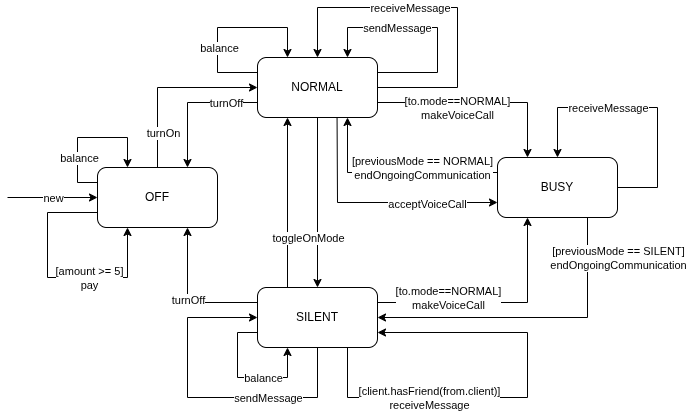
Earlier version of the draw.io export courses/stv/project/terminal_classScopeTest/stateModel.png (ana-mc-almeida/meic). Source tidied: cells renumbered, new cells last; positions are measured from the earlier drawing's top-left corner, leaving out a move shared by most shapes.
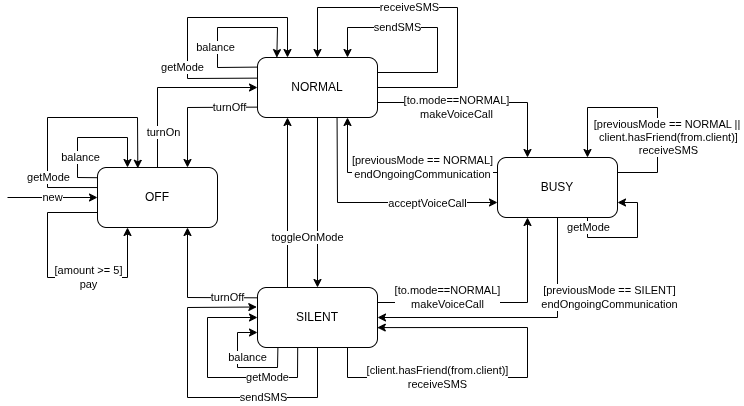
After the commit.

The edit, as a diff of the source:
```diff
@@ -36,10 +36,10 @@
         <mxPoint x="33" as="offset" />
       </mxGeometry>
     </mxCell>
-    <mxCell id="10" style="endArrow=classic;html=1;rounded=0;exitX=0;exitY=0.25;exitDx=0;exitDy=0;entryX=0.25;entryY=0;entryDx=0;entryDy=0;" parent="1" edge="1" source="2" target="2">
+    <mxCell id="10" style="endArrow=classic;html=1;rounded=0;exitX=-0.003;exitY=0.17;exitDx=0;exitDy=0;entryX=0.25;entryY=0;entryDx=0;entryDy=0;exitPerimeter=0;" parent="1" edge="1" source="2" target="2">
       <mxGeometry relative="1" as="geometry">
         <Array as="points">
-          <mxPoint x="70" y="175" />
+          <mxPoint x="70" y="170" />
           <mxPoint x="70" y="130" />
           <mxPoint x="120" y="130" />
         </Array>
@@ -50,12 +50,12 @@
         <mxPoint x="-7" y="20" as="offset" />
       </mxGeometry>
     </mxCell>
-    <mxCell id="12" style="endArrow=classic;html=1;rounded=0;exitX=0;exitY=0.25;exitDx=0;exitDy=0;entryX=0.25;entryY=0;entryDx=0;entryDy=0;" parent="1" edge="1" source="3" target="3">
+    <mxCell id="12" style="endArrow=classic;html=1;rounded=0;exitX=-0.001;exitY=0.16;exitDx=0;exitDy=0;entryX=0.161;entryY=0.002;entryDx=0;entryDy=0;exitPerimeter=0;entryPerimeter=0;" parent="1" edge="1" source="3" target="3">
       <mxGeometry relative="1" as="geometry">
         <Array as="points">
-          <mxPoint x="210" y="65" />
+          <mxPoint x="210" y="60" />
           <mxPoint x="210" y="20" />
-          <mxPoint x="280" y="20" />
+          <mxPoint x="270" y="20" />
         </Array>
       </mxGeometry>
     </mxCell>
@@ -64,18 +64,18 @@
         <mxPoint x="-7" y="20" as="offset" />
       </mxGeometry>
     </mxCell>
-    <mxCell id="14" style="endArrow=classic;html=1;rounded=0;entryX=0.25;entryY=1;entryDx=0;entryDy=0;exitX=0;exitY=0.75;exitDx=0;exitDy=0;" parent="1" edge="1" source="4" target="4">
+    <mxCell id="14" style="endArrow=classic;html=1;rounded=0;entryX=0;entryY=0.75;entryDx=0;entryDy=0;exitX=0.17;exitY=0.997;exitDx=0;exitDy=0;exitPerimeter=0;" parent="1" edge="1" source="4" target="4">
       <mxGeometry relative="1" as="geometry">
         <Array as="points">
+          <mxPoint x="270" y="360" />
+          <mxPoint x="230" y="360" />
           <mxPoint x="230" y="325" />
-          <mxPoint x="230" y="370" />
-          <mxPoint x="280" y="370" />
         </Array>
       </mxGeometry>
     </mxCell>
     <mxCell id="15" value="balance" style="edgeLabel;html=1;align=center;verticalAlign=middle;" parent="14" vertex="1">
       <mxGeometry relative="1" as="geometry">
-        <mxPoint x="17" as="offset" />
+        <mxPoint x="7" y="-10" as="offset" />
       </mxGeometry>
     </mxCell>
     <mxCell id="16" style="endArrow=classic;html=1;rounded=0;exitX=0.5;exitY=0;exitDx=0;exitDy=0;entryX=0;entryY=0.5;entryDx=0;entryDy=0;" parent="1" edge="1" source="2" target="3">
@@ -90,20 +90,22 @@
         <mxPoint x="-5" y="45" as="offset" />
       </mxGeometry>
     </mxCell>
-    <mxCell id="18" style="endArrow=classic;html=1;rounded=0;entryX=0.75;entryY=1;entryDx=0;entryDy=0;exitX=0;exitY=0.25;exitDx=0;exitDy=0;" parent="1" edge="1" source="4" target="2">
+    <mxCell id="18" style="endArrow=classic;html=1;rounded=0;entryX=0.75;entryY=1;entryDx=0;entryDy=0;exitX=-0.004;exitY=0.172;exitDx=0;exitDy=0;exitPerimeter=0;" parent="1" edge="1" source="4" target="2">
       <mxGeometry relative="1" as="geometry">
         <Array as="points">
-          <mxPoint x="180" y="295" />
+          <mxPoint x="180" y="290" />
         </Array>
       </mxGeometry>
     </mxCell>
     <mxCell id="19" value="turnOff" style="edgeLabel;html=1;align=center;verticalAlign=middle;" parent="18" vertex="1">
-      <mxGeometry relative="1" as="geometry" />
+      <mxGeometry relative="1" as="geometry">
+        <mxPoint x="40" as="offset" />
+      </mxGeometry>
     </mxCell>
-    <mxCell id="20" style="endArrow=classic;html=1;rounded=0;exitX=0;exitY=0.75;exitDx=0;exitDy=0;entryX=0.75;entryY=0;entryDx=0;entryDy=0;" parent="1" edge="1" source="3" target="2">
+    <mxCell id="20" style="endArrow=classic;html=1;rounded=0;exitX=0.001;exitY=0.827;exitDx=0;exitDy=0;entryX=0.75;entryY=0;entryDx=0;entryDy=0;exitPerimeter=0;" parent="1" edge="1" source="3" target="2">
       <mxGeometry relative="1" as="geometry">
         <Array as="points">
-          <mxPoint x="180" y="95" />
+          <mxPoint x="180" y="100" />
         </Array>
       </mxGeometry>
     </mxCell>
@@ -121,21 +123,21 @@
         </Array>
       </mxGeometry>
     </mxCell>
-    <mxCell id="23" value="sendMessage" style="edgeLabel;html=1;align=center;verticalAlign=middle;" parent="22" vertex="1">
+    <mxCell id="23" value="sendSMS" style="edgeLabel;html=1;align=center;verticalAlign=middle;" parent="22" vertex="1">
       <mxGeometry relative="1" as="geometry">
         <mxPoint x="-33" as="offset" />
       </mxGeometry>
     </mxCell>
-    <mxCell id="24" style="endArrow=classic;html=1;rounded=0;exitX=0.5;exitY=1;exitDx=0;exitDy=0;entryX=0;entryY=0.5;entryDx=0;entryDy=0;" parent="1" edge="1" source="4" target="4">
+    <mxCell id="24" style="endArrow=classic;html=1;rounded=0;exitX=0.5;exitY=1;exitDx=0;exitDy=0;entryX=-0.006;entryY=0.325;entryDx=0;entryDy=0;entryPerimeter=0;" parent="1" edge="1" source="4" target="4">
       <mxGeometry relative="1" as="geometry">
         <Array as="points">
           <mxPoint x="310" y="390" />
           <mxPoint x="180" y="390" />
-          <mxPoint x="180" y="310" />
+          <mxPoint x="180" y="300" />
         </Array>
       </mxGeometry>
     </mxCell>
-    <mxCell id="25" value="sendMessage" style="edgeLabel;html=1;align=center;verticalAlign=middle;" parent="24" vertex="1">
+    <mxCell id="25" value="sendSMS" style="edgeLabel;html=1;align=center;verticalAlign=middle;" parent="24" vertex="1">
       <mxGeometry relative="1" as="geometry">
         <mxPoint x="65" as="offset" />
       </mxGeometry>
@@ -149,37 +151,37 @@
         </Array>
       </mxGeometry>
     </mxCell>
-    <mxCell id="27" value="receiveMessage" style="edgeLabel;html=1;align=center;verticalAlign=middle;" parent="26" vertex="1">
+    <mxCell id="27" value="receiveSMS" style="edgeLabel;html=1;align=center;verticalAlign=middle;" parent="26" vertex="1">
       <mxGeometry relative="1" as="geometry">
         <mxPoint x="-33" as="offset" />
       </mxGeometry>
     </mxCell>
-    <mxCell id="28" style="endArrow=classic;html=1;rounded=0;exitX=1;exitY=0.5;exitDx=0;exitDy=0;entryX=0.5;entryY=0;entryDx=0;entryDy=0;" parent="1" edge="1" source="5" target="5">
+    <mxCell id="28" style="endArrow=classic;html=1;rounded=0;exitX=1;exitY=0.25;exitDx=0;exitDy=0;entryX=0.75;entryY=0;entryDx=0;entryDy=0;" parent="1" edge="1" source="5" target="5">
       <mxGeometry relative="1" as="geometry">
         <Array as="points">
-          <mxPoint x="650" y="180" />
+          <mxPoint x="650" y="165" />
           <mxPoint x="650" y="100" />
-          <mxPoint x="550" y="100" />
+          <mxPoint x="580" y="100" />
         </Array>
       </mxGeometry>
     </mxCell>
-    <mxCell id="29" value="receiveMessage" style="edgeLabel;html=1;align=center;verticalAlign=middle;" parent="28" vertex="1">
+    <mxCell id="29" value="[previousMode == NORMAL ||&amp;nbsp;&lt;div&gt;client.hasFriend(from.client)]&lt;br&gt;receiveSMS&lt;/div&gt;" style="edgeLabel;html=1;align=center;verticalAlign=middle;" parent="28" vertex="1">
       <mxGeometry relative="1" as="geometry">
-        <mxPoint x="-35" as="offset" />
+        <mxPoint x="18" y="30" as="offset" />
       </mxGeometry>
     </mxCell>
-    <mxCell id="30" style="endArrow=classic;html=1;rounded=0;exitX=0.75;exitY=1;exitDx=0;exitDy=0;entryX=1;entryY=0.75;entryDx=0;entryDy=0;" parent="1" edge="1" source="4" target="4">
+    <mxCell id="30" style="endArrow=classic;html=1;rounded=0;exitX=0.75;exitY=1;exitDx=0;exitDy=0;entryX=0.998;entryY=0.668;entryDx=0;entryDy=0;entryPerimeter=0;" parent="1" edge="1" source="4" target="4">
       <mxGeometry relative="1" as="geometry">
         <Array as="points">
-          <mxPoint x="340" y="390" />
-          <mxPoint x="520" y="390" />
-          <mxPoint x="520" y="325" />
+          <mxPoint x="340" y="370" />
+          <mxPoint x="520" y="370" />
+          <mxPoint x="520" y="320" />
         </Array>
       </mxGeometry>
     </mxCell>
-    <mxCell id="31" value="[client.hasFriend(from.client)]&lt;div&gt;receiveMessage&lt;br&gt;&lt;/div&gt;" style="edgeLabel;html=1;align=center;verticalAlign=middle;" parent="30" vertex="1">
+    <mxCell id="31" value="[client.hasFriend(from.client)]&lt;div&gt;receive&lt;span style=&quot;background-color: light-dark(#ffffff, var(--ge-dark-color, #121212)); color: light-dark(rgb(0, 0, 0), rgb(255, 255, 255));&quot;&gt;SMS&lt;/span&gt;&lt;br&gt;&lt;/div&gt;" style="edgeLabel;html=1;align=center;verticalAlign=middle;" parent="30" vertex="1">
       <mxGeometry relative="1" as="geometry">
-        <mxPoint x="-92" as="offset" />
+        <mxPoint x="-85" as="offset" />
       </mxGeometry>
     </mxCell>
     <mxCell id="32" style="endArrow=classic;html=1;rounded=0;exitX=1;exitY=0.75;exitDx=0;exitDy=0;entryX=0.25;entryY=0;entryDx=0;entryDy=0;" parent="1" edge="1" source="3" target="5">
@@ -234,16 +236,16 @@
         <mxPoint x="-10" y="35" as="offset" />
       </mxGeometry>
     </mxCell>
-    <mxCell id="42" style="endArrow=classic;html=1;rounded=0;exitX=0.75;exitY=1;exitDx=0;exitDy=0;entryX=1;entryY=0.5;entryDx=0;entryDy=0;" parent="1" edge="1" source="5" target="4">
+    <mxCell id="42" style="endArrow=classic;html=1;rounded=0;exitX=0.5;exitY=1;exitDx=0;exitDy=0;entryX=1;entryY=0.5;entryDx=0;entryDy=0;" parent="1" edge="1" source="5" target="4">
       <mxGeometry relative="1" as="geometry">
         <Array as="points">
-          <mxPoint x="580" y="310" />
+          <mxPoint x="550" y="310" />
         </Array>
       </mxGeometry>
     </mxCell>
     <mxCell id="43" value="[previousMode == SILENT]&lt;div&gt;endOngoingCommunication&lt;br&gt;&lt;/div&gt;" style="edgeLabel;html=1;align=center;verticalAlign=middle;" parent="42" vertex="1">
       <mxGeometry relative="1" as="geometry">
-        <mxPoint x="85" y="-60" as="offset" />
+        <mxPoint x="92" y="-20" as="offset" />
       </mxGeometry>
     </mxCell>
     <mxCell id="44" style="endArrow=classic;html=1;rounded=0;exitX=0;exitY=0.25;exitDx=0;exitDy=0;entryX=0.75;entryY=1;entryDx=0;entryDy=0;" parent="1" edge="1" source="5" target="3">
@@ -258,5 +260,61 @@
         <mxPoint x="27" y="-5" as="offset" />
       </mxGeometry>
     </mxCell>
+    <mxCell id="46" style="endArrow=classic;html=1;rounded=0;exitX=0.001;exitY=0.334;exitDx=0;exitDy=0;entryX=0.336;entryY=0.013;entryDx=0;entryDy=0;exitPerimeter=0;entryPerimeter=0;" parent="1" edge="1" source="2" target="2">
+      <mxGeometry relative="1" as="geometry">
+        <Array as="points">
+          <mxPoint x="40" y="180" />
+          <mxPoint x="40" y="110" />
+          <mxPoint x="130" y="110" />
+        </Array>
+      </mxGeometry>
+    </mxCell>
+    <mxCell id="47" value="getMode" style="edgeLabel;html=1;align=center;verticalAlign=middle;" parent="46" vertex="1">
+      <mxGeometry relative="1" as="geometry">
+        <mxPoint x="-10" y="60" as="offset" />
+      </mxGeometry>
+    </mxCell>
+    <mxCell id="48" style="endArrow=classic;html=1;rounded=0;exitX=-0.005;exitY=0.344;exitDx=0;exitDy=0;entryX=0.25;entryY=0;entryDx=0;entryDy=0;exitPerimeter=0;" parent="1" edge="1" source="3" target="3">
+      <mxGeometry relative="1" as="geometry">
+        <Array as="points">
+          <mxPoint x="180" y="71" />
+          <mxPoint x="180" y="10" />
+          <mxPoint x="280" y="10" />
+        </Array>
+      </mxGeometry>
+    </mxCell>
+    <mxCell id="49" value="getMode" style="edgeLabel;html=1;align=center;verticalAlign=middle;" parent="48" vertex="1">
+      <mxGeometry relative="1" as="geometry">
+        <mxPoint x="-10" y="50" as="offset" />
+      </mxGeometry>
+    </mxCell>
+    <mxCell id="50" style="endArrow=classic;html=1;rounded=0;exitX=0.75;exitY=1;exitDx=0;exitDy=0;entryX=1;entryY=0.75;entryDx=0;entryDy=0;" parent="1" edge="1" source="5" target="5">
+      <mxGeometry relative="1" as="geometry">
+        <Array as="points">
+          <mxPoint x="580" y="230" />
+          <mxPoint x="630" y="230" />
+          <mxPoint x="630" y="195" />
+        </Array>
+      </mxGeometry>
+    </mxCell>
+    <mxCell id="51" value="getMode" style="edgeLabel;html=1;align=center;verticalAlign=middle;" parent="50" vertex="1">
+      <mxGeometry relative="1" as="geometry">
+        <mxPoint x="-42" y="-10" as="offset" />
+      </mxGeometry>
+    </mxCell>
+    <mxCell id="52" style="endArrow=classic;html=1;rounded=0;entryX=0;entryY=0.5;entryDx=0;entryDy=0;exitX=0.335;exitY=1.001;exitDx=0;exitDy=0;exitPerimeter=0;" parent="1" edge="1" source="4" target="4">
+      <mxGeometry relative="1" as="geometry">
+        <Array as="points">
+          <mxPoint x="290" y="370" />
+          <mxPoint x="200" y="370" />
+          <mxPoint x="200" y="310" />
+        </Array>
+      </mxGeometry>
+    </mxCell>
+    <mxCell id="53" value="getMode" style="edgeLabel;html=1;align=center;verticalAlign=middle;" parent="52" vertex="1">
+      <mxGeometry relative="1" as="geometry">
+        <mxPoint x="55" as="offset" />
+      </mxGeometry>
+    </mxCell>
   </root>
 </mxGraphModel>
```
